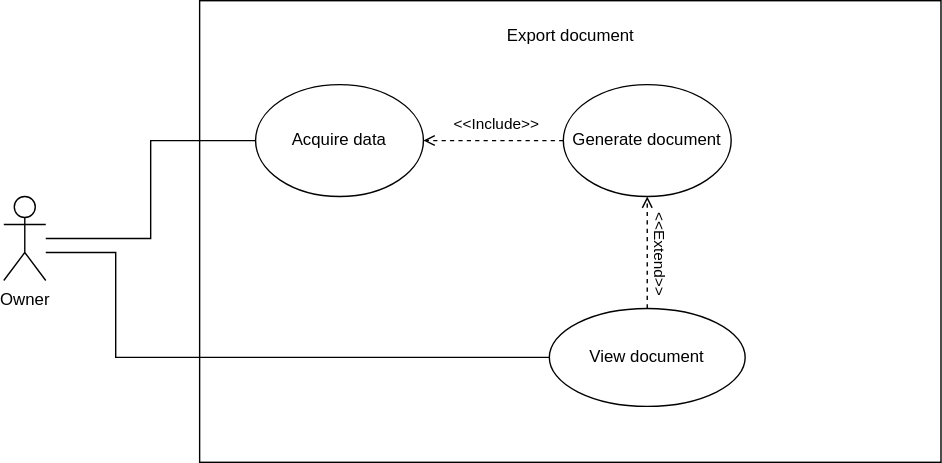
Simamkele88/IFM3_GP keeps this draw.io diagram as Document_Exporting.drawio.svg. Above is the earlier version. Source tidied: cells renumbered, new cells last; positions are measured from the earlier drawing's top-left corner, leaving out a move shared by most shapes.
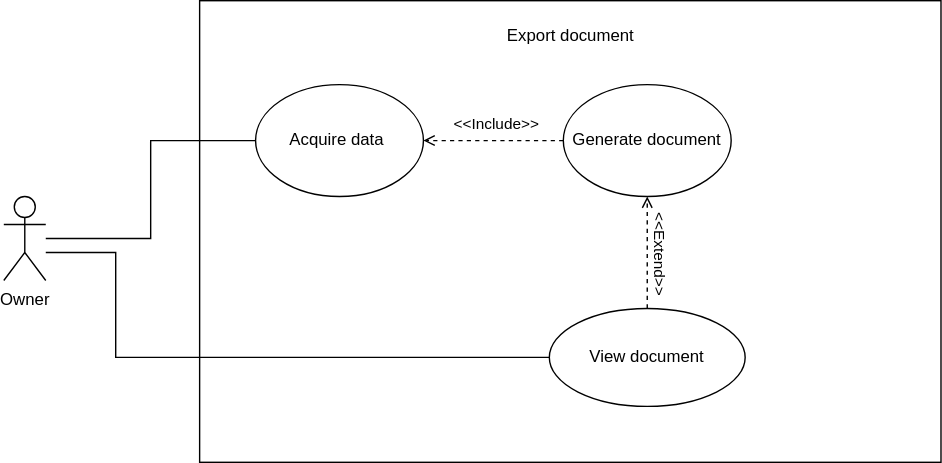
Above is the later version.

Change to the diagram source:
```diff
@@ -19,7 +19,7 @@
     <mxCell id="6" value="Export document" style="text;html=1;align=center;verticalAlign=middle;whiteSpace=wrap;rounded=0;" parent="1" vertex="1">
       <mxGeometry x="352.5" y="10" width="105" height="30" as="geometry" />
     </mxCell>
-    <mxCell id="7" value="Acquire data" style="ellipse;whiteSpace=wrap;html=1;" parent="1" vertex="1">
+    <mxCell id="7" value="Acquire data&amp;nbsp;" style="ellipse;whiteSpace=wrap;html=1;" parent="1" vertex="1">
       <mxGeometry x="180" y="60" width="120" height="80" as="geometry" />
     </mxCell>
     <mxCell id="8" style="edgeStyle=orthogonalEdgeStyle;rounded=0;jettySize=auto;html=1;entryX=0;entryY=0.5;entryDx=0;entryDy=0;endArrow=none;startFill=0;" parent="1" edge="1" source="9" target="12">
```
